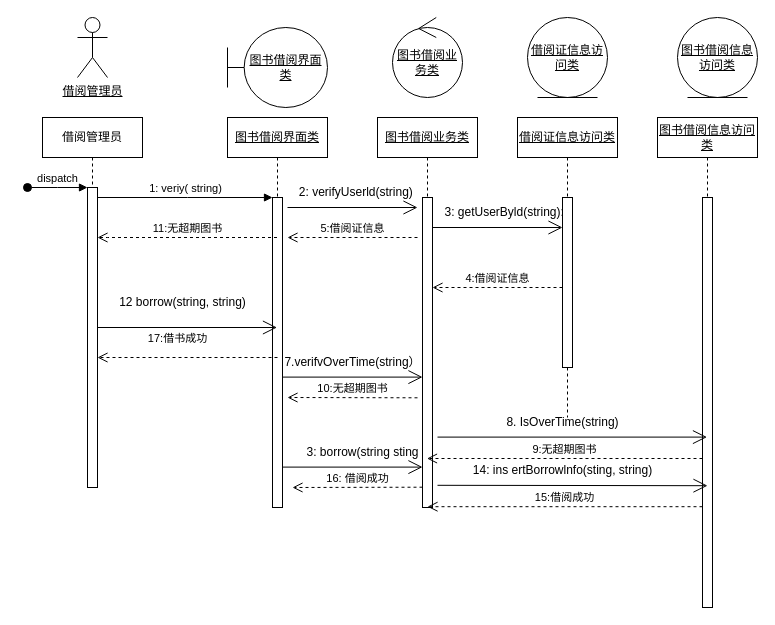
liuyang0228/text keeps this draw.io diagram as 序列图.drawio. Above is the earlier version. Source tidied: cells renumbered, new cells numbered last; positions are measured from the earlier drawing's top-left corner, leaving out a move shared by most shapes. Both pictures are drawn from the tidied source at 100%, with x=0, y=0 at pixel (27, 17).
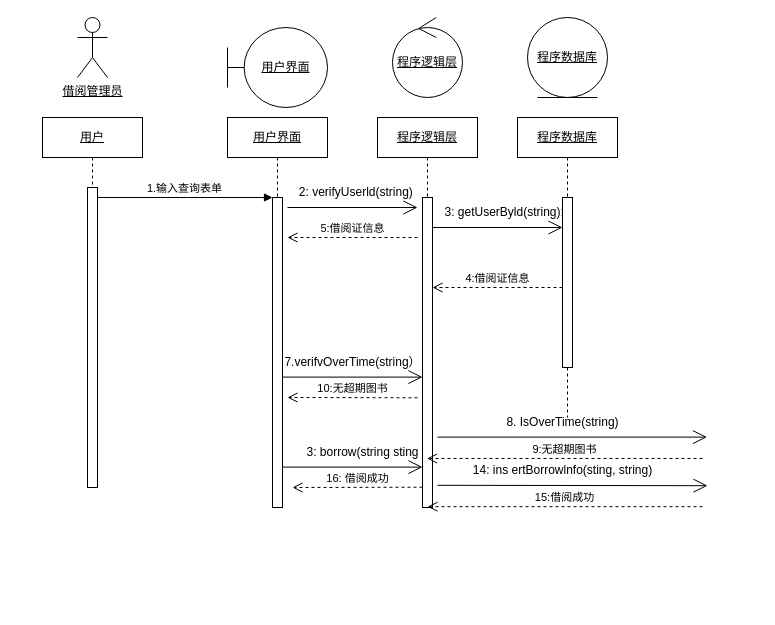
After the change.

Commit message (it also covers changes not shown here):
更新序列图.drawio

Unchanged cells that the change refers to:
```xml
<mxCell id="3" style="html=1;points=[];perimeter=orthogonalPerimeter;outlineConnect=0;targetShapes=umlLifeline;portConstraint=eastwest;newEdgeStyle={&quot;edgeStyle&quot;:&quot;elbowEdgeStyle&quot;,&quot;elbow&quot;:&quot;vertical&quot;,&quot;curved&quot;:0,&quot;rounded&quot;:0};" parent="2" vertex="1">
  <mxGeometry x="45" y="70" width="10" height="300" as="geometry" />
</mxCell>
<mxCell id="6" style="html=1;points=[];perimeter=orthogonalPerimeter;outlineConnect=0;targetShapes=umlLifeline;portConstraint=eastwest;newEdgeStyle={&quot;edgeStyle&quot;:&quot;elbowEdgeStyle&quot;,&quot;elbow&quot;:&quot;vertical&quot;,&quot;curved&quot;:0,&quot;rounded&quot;:0};" parent="5" vertex="1">
  <mxGeometry x="45" y="80" width="10" height="310" as="geometry" />
</mxCell>
```

Change to the diagram source:
```diff
@@
-    <mxCell id="2" value="借阅管理员" style="shape=umlLifeline;perimeter=lifelinePerimeter;whiteSpace=wrap;html=1;newEdgeStyle={&quot;edgeStyle&quot;:&quot;elbowEdgeStyle&quot;,&quot;elbow&quot;:&quot;vertical&quot;,&quot;curved&quot;:0,&quot;rounded&quot;:0};" parent="1" vertex="1">
+    <mxCell id="2" value="&lt;u&gt;用户&lt;/u&gt;" style="shape=umlLifeline;perimeter=lifelinePerimeter;whiteSpace=wrap;html=1;newEdgeStyle={&quot;edgeStyle&quot;:&quot;elbowEdgeStyle&quot;,&quot;elbow&quot;:&quot;vertical&quot;,&quot;curved&quot;:0,&quot;rounded&quot;:0};" parent="1" vertex="1">
       <mxGeometry x="15" y="100" width="100" height="370" as="geometry" />
     </mxCell>
@@
-    <mxCell id="4" value="dispatch" style="html=1;verticalAlign=bottom;startArrow=oval;endArrow=block;startSize=8;edgeStyle=elbowEdgeStyle;elbow=vertical;curved=0;rounded=0;" parent="2" edge="1" target="3">
-      <mxGeometry relative="1" as="geometry">
-        <mxPoint x="-15" y="70" as="sourcePoint" />
-      </mxGeometry>
-    </mxCell>
-    <mxCell id="5" value="&lt;u&gt;图书借阅界面类&lt;/u&gt;" style="shape=umlLifeline;perimeter=lifelinePerimeter;whiteSpace=wrap;html=1;outlineConnect=0;portConstraint=eastwest;newEdgeStyle={&quot;edgeStyle&quot;:&quot;elbowEdgeStyle&quot;,&quot;elbow&quot;:&quot;vertical&quot;,&quot;curved&quot;:0,&quot;rounded&quot;:0};" parent="1" vertex="1">
+    <mxCell id="5" value="&lt;u&gt;用户界面&lt;/u&gt;" style="shape=umlLifeline;perimeter=lifelinePerimeter;whiteSpace=wrap;html=1;outlineConnect=0;portConstraint=eastwest;newEdgeStyle={&quot;edgeStyle&quot;:&quot;elbowEdgeStyle&quot;,&quot;elbow&quot;:&quot;vertical&quot;,&quot;curved&quot;:0,&quot;rounded&quot;:0};" parent="1" vertex="1">
       <mxGeometry x="200" y="100" width="100" height="390" as="geometry" />
     </mxCell>
@@
-    <mxCell id="7" value="1: veriy( string)" style="html=1;verticalAlign=bottom;endArrow=block;edgeStyle=elbowEdgeStyle;elbow=vertical;curved=0;rounded=0;" parent="1" edge="1" source="3" target="6">
-      <mxGeometry relative="1" as="geometry">
+    <mxCell id="7" value="1.输入查询表单" style="html=1;verticalAlign=bottom;endArrow=block;edgeStyle=elbowEdgeStyle;elbow=vertical;curved=0;rounded=0;" parent="1" edge="1" source="3" target="6">
+      <mxGeometry x="-0.01" relative="1" as="geometry">
         <Array as="points">
           <mxPoint x="160" y="180" />
         </Array>
       </mxGeometry>
     </mxCell>
-    <mxCell id="8" value="&lt;u&gt;图书借阅业务类&lt;/u&gt;" style="shape=umlLifeline;perimeter=lifelinePerimeter;whiteSpace=wrap;html=1;outlineConnect=0;portConstraint=eastwest;newEdgeStyle={&quot;edgeStyle&quot;:&quot;elbowEdgeStyle&quot;,&quot;elbow&quot;:&quot;vertical&quot;,&quot;curved&quot;:0,&quot;rounded&quot;:0};" parent="1" vertex="1">
+    <mxCell id="8" value="&lt;u&gt;程序逻辑层&lt;/u&gt;" style="shape=umlLifeline;perimeter=lifelinePerimeter;whiteSpace=wrap;html=1;outlineConnect=0;portConstraint=eastwest;newEdgeStyle={&quot;edgeStyle&quot;:&quot;elbowEdgeStyle&quot;,&quot;elbow&quot;:&quot;vertical&quot;,&quot;curved&quot;:0,&quot;rounded&quot;:0};" parent="1" vertex="1">
       <mxGeometry x="350" y="100" width="100" height="390" as="geometry" />
     </mxCell>
@@
-    <mxCell id="10" value="&lt;u&gt;借阅证信息访问类&lt;/u&gt;" style="shape=umlLifeline;perimeter=lifelinePerimeter;whiteSpace=wrap;html=1;newEdgeStyle={&quot;edgeStyle&quot;:&quot;elbowEdgeStyle&quot;,&quot;elbow&quot;:&quot;vertical&quot;,&quot;curved&quot;:0,&quot;rounded&quot;:0};" parent="1" vertex="1">
+    <mxCell id="10" value="&lt;u&gt;程序数据库&lt;/u&gt;" style="shape=umlLifeline;perimeter=lifelinePerimeter;whiteSpace=wrap;html=1;newEdgeStyle={&quot;edgeStyle&quot;:&quot;elbowEdgeStyle&quot;,&quot;elbow&quot;:&quot;vertical&quot;,&quot;curved&quot;:0,&quot;rounded&quot;:0};" parent="1" vertex="1">
       <mxGeometry x="490" y="100" width="100" height="300" as="geometry" />
     </mxCell>
@@
-    <mxCell id="12" value="&lt;u&gt;图书借阅信息访问类&lt;/u&gt;" style="shape=umlLifeline;perimeter=lifelinePerimeter;whiteSpace=wrap;html=1;outlineConnect=0;portConstraint=eastwest;newEdgeStyle={&quot;edgeStyle&quot;:&quot;elbowEdgeStyle&quot;,&quot;elbow&quot;:&quot;vertical&quot;,&quot;curved&quot;:0,&quot;rounded&quot;:0};" parent="1" vertex="1">
-      <mxGeometry x="630" y="100" width="100" height="490" as="geometry" />
-    </mxCell>
-    <mxCell id="13" style="html=1;points=[];perimeter=orthogonalPerimeter;outlineConnect=0;targetShapes=umlLifeline;portConstraint=eastwest;newEdgeStyle={&quot;edgeStyle&quot;:&quot;elbowEdgeStyle&quot;,&quot;elbow&quot;:&quot;vertical&quot;,&quot;curved&quot;:0,&quot;rounded&quot;:0};" parent="12" vertex="1">
-      <mxGeometry x="45" y="80" width="10" height="410" as="geometry" />
-    </mxCell>
@@
-    <mxCell id="15" value="&lt;u&gt;图书借阅界面类&lt;/u&gt;" style="shape=umlBoundary;whiteSpace=wrap;html=1;" parent="1" vertex="1">
+    <mxCell id="15" value="&lt;u style=&quot;border-color: var(--border-color);&quot;&gt;用户界面&lt;/u&gt;" style="shape=umlBoundary;whiteSpace=wrap;html=1;" parent="1" vertex="1">
       <mxGeometry x="200" y="10" width="100" height="80" as="geometry" />
     </mxCell>
-    <mxCell id="16" value="&lt;u&gt;图书借阅业务类&lt;/u&gt;" style="ellipse;shape=umlControl;whiteSpace=wrap;html=1;" parent="1" vertex="1">
+    <mxCell id="16" value="&lt;u style=&quot;border-color: var(--border-color);&quot;&gt;程序逻辑层&lt;/u&gt;" style="ellipse;shape=umlControl;whiteSpace=wrap;html=1;" parent="1" vertex="1">
       <mxGeometry x="365" width="70" height="80" as="geometry" />
     </mxCell>
-    <mxCell id="17" value="&lt;u&gt;借阅证信息访问类&lt;/u&gt;" style="ellipse;shape=umlEntity;whiteSpace=wrap;html=1;" parent="1" vertex="1">
+    <mxCell id="17" value="&lt;u style=&quot;border-color: var(--border-color);&quot;&gt;程序数据库&lt;/u&gt;" style="ellipse;shape=umlEntity;whiteSpace=wrap;html=1;" parent="1" vertex="1">
       <mxGeometry x="500" width="80" height="80" as="geometry" />
     </mxCell>
-    <mxCell id="18" value="&lt;u&gt;图书借阅信息访问类&lt;/u&gt;" style="ellipse;shape=umlEntity;whiteSpace=wrap;html=1;" parent="1" vertex="1">
-      <mxGeometry x="650" width="80" height="80" as="geometry" />
-    </mxCell>
@@
-    <mxCell id="22" value="&lt;div&gt;11:无超期图书&lt;/div&gt;" style="html=1;verticalAlign=bottom;endArrow=open;dashed=1;endSize=8;edgeStyle=elbowEdgeStyle;elbow=vertical;curved=0;rounded=0;" parent="1" edge="1" source="5" target="3">
-      <mxGeometry relative="1" as="geometry">
-        <Array as="points">
-          <mxPoint x="80" y="220" />
-          <mxPoint x="240" y="250" />
-        </Array>
-      </mxGeometry>
-    </mxCell>
-    <mxCell id="23" value="&lt;div&gt;17:借书成功&lt;/div&gt;" style="html=1;verticalAlign=bottom;endArrow=open;dashed=1;endSize=8;edgeStyle=elbowEdgeStyle;elbow=vertical;curved=0;rounded=0;" parent="1" edge="1">
-      <mxGeometry x="0.11" y="-10" relative="1" as="geometry">
-        <mxPoint x="250" y="340" as="sourcePoint" />
-        <mxPoint x="70" y="340" as="targetPoint" />
-        <Array as="points">
-          <mxPoint x="240" y="340" />
-        </Array>
-      </mxGeometry>
-    </mxCell>
-    <mxCell id="24" style="endArrow=open;endFill=1;endSize=12;html=1;rounded=0;" parent="1" edge="1" target="5">
-      <mxGeometry relative="1" as="geometry">
-        <mxPoint x="70" y="310" as="sourcePoint" />
-      </mxGeometry>
-    </mxCell>
-    <mxCell id="25" value="12 borrow(string, string)" style="text;html=1;align=center;verticalAlign=middle;strokeColor=none;fillColor=none;" parent="1" vertex="1">
-      <mxGeometry x="80" y="270" width="150" height="30" as="geometry" />
-    </mxCell>
@@
-    <mxCell id="36" style="endArrow=open;endFill=1;endSize=12;html=1;rounded=0;" parent="1" edge="1" target="12">
+    <mxCell id="36" style="endArrow=open;endFill=1;endSize=12;html=1;rounded=0;" parent="1" edge="1">
       <mxGeometry relative="1" as="geometry">
         <mxPoint x="410" y="419.6" as="sourcePoint" />
+        <mxPoint x="679.5" y="419.6" as="targetPoint" />
       </mxGeometry>
     </mxCell>
-    <mxCell id="37" value="&lt;div&gt;&lt;span style=&quot;font-size: 11px;&quot;&gt;9:无超期图书&lt;/span&gt;&lt;/div&gt;" style="html=1;verticalAlign=bottom;endArrow=open;dashed=1;endSize=8;edgeStyle=elbowEdgeStyle;elbow=vertical;curved=0;rounded=0;" parent="1" edge="1" source="13" target="8">
+    <mxCell id="37" value="&lt;div&gt;&lt;span style=&quot;font-size: 11px;&quot;&gt;9:无超期图书&lt;/span&gt;&lt;/div&gt;" style="html=1;verticalAlign=bottom;endArrow=open;dashed=1;endSize=8;edgeStyle=elbowEdgeStyle;elbow=vertical;curved=0;rounded=0;" parent="1" edge="1" target="8">
       <mxGeometry relative="1" as="geometry">
+        <mxPoint x="675" y="441" as="sourcePoint" />
         <Array as="points">
           <mxPoint x="670" y="441" />
         </Array>
       </mxGeometry>
     </mxCell>
```
